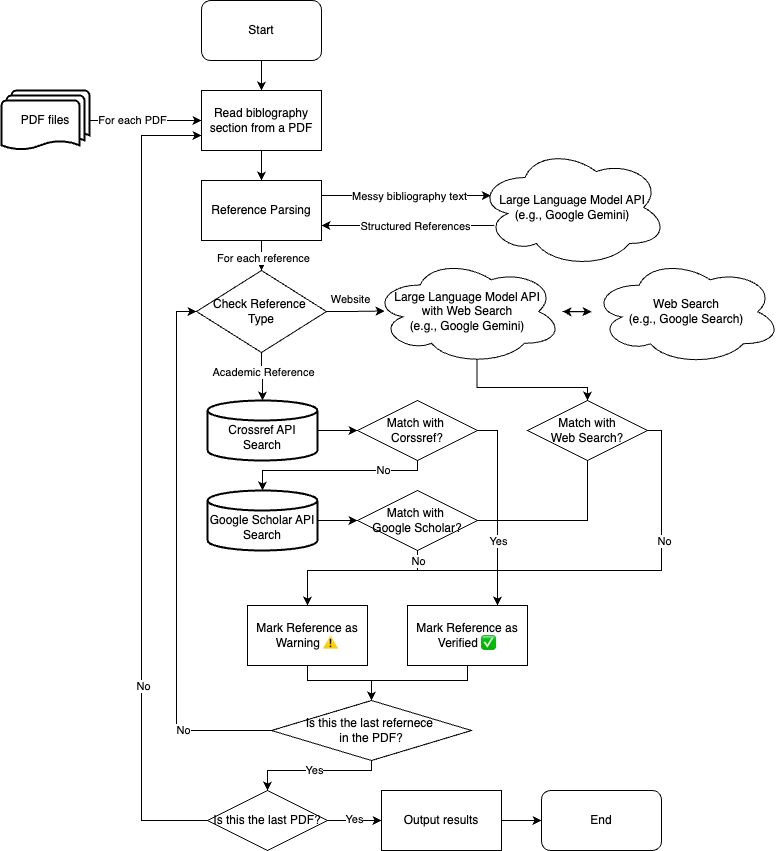
The draw.io diagram images/flowchart.drawio.png in ykangw/VeriExCiting, before a commit. Source tidied: cells renumbered, new cells last; positions are measured from the earlier drawing's top-left corner, leaving out a move shared by most shapes.
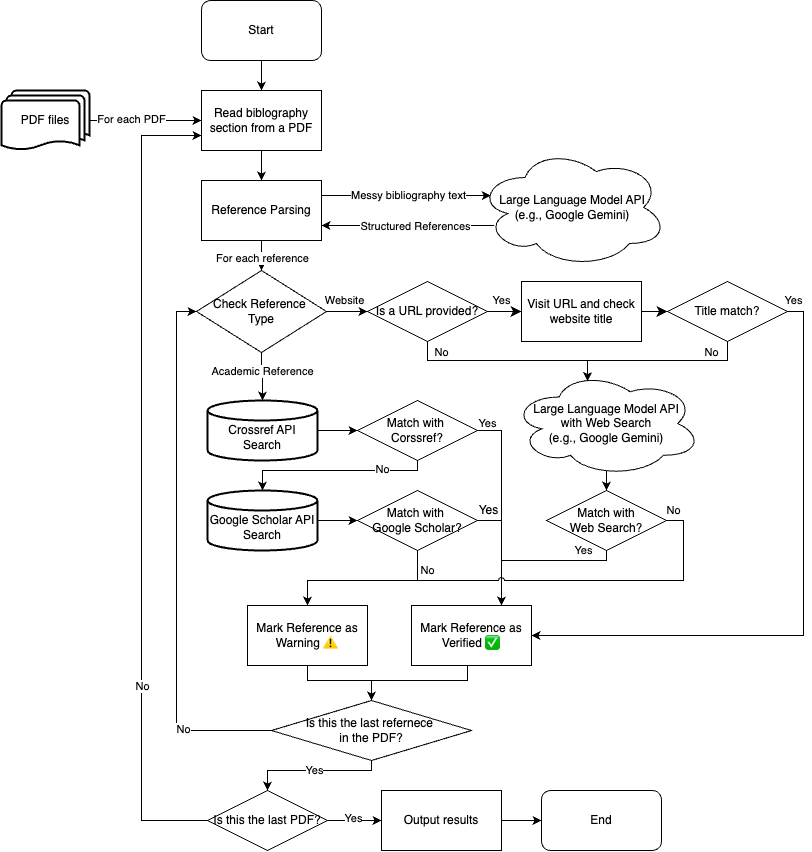
The same file after the commit.

Commit message:
Check URL title before verify through Google Search

Diff of the diagram source:
```diff
@@ -46,25 +46,37 @@
     <mxCell id="15" style="edgeStyle=orthogonalEdgeStyle;rounded=0;jettySize=auto;html=1;entryX=0.75;entryY=0;entryDx=0;entryDy=0;" parent="1" edge="1" source="16" target="32">
       <mxGeometry relative="1" as="geometry">
         <Array as="points">
-          <mxPoint x="496" y="430" />
+          <mxPoint x="500" y="430" />
+          <mxPoint x="500" y="605" />
         </Array>
       </mxGeometry>
     </mxCell>
+    <mxCell id="59" value="Yes" style="edgeLabel;html=1;align=center;verticalAlign=middle;" parent="15" vertex="1">
+      <mxGeometry x="-0.73" relative="1" as="geometry">
+        <mxPoint x="-14" y="-10" as="offset" />
+      </mxGeometry>
+    </mxCell>
     <mxCell id="16" value="Match with&amp;nbsp;&lt;div&gt;Corssref?&lt;/div&gt;" style="shape=rhombus;perimeter=rhombusPerimeter;whiteSpace=wrap;html=1;align=center;" parent="1" vertex="1">
       <mxGeometry x="356" y="400" width="120" height="60" as="geometry" />
     </mxCell>
-    <mxCell id="17" style="edgeStyle=orthogonalEdgeStyle;rounded=0;jettySize=auto;html=1;entryX=0.75;entryY=0;entryDx=0;entryDy=0;" parent="1" edge="1" source="20" target="32">
+    <mxCell id="17" style="edgeStyle=orthogonalEdgeStyle;rounded=0;jettySize=auto;html=1;entryX=0.75;entryY=0;entryDx=0;entryDy=0;jumpStyle=arc;" parent="1" edge="1" source="20" target="32">
       <mxGeometry relative="1" as="geometry">
         <Array as="points">
-          <mxPoint x="496" y="520" />
+          <mxPoint x="500" y="520" />
+          <mxPoint x="500" y="605" />
         </Array>
       </mxGeometry>
     </mxCell>
+    <mxCell id="60" value="Yes" style="edgeLabel;html=1;align=center;verticalAlign=middle;fontSize=12;" parent="17" vertex="1">
+      <mxGeometry x="-0.8" y="-1" relative="1" as="geometry">
+        <mxPoint y="-11" as="offset" />
+      </mxGeometry>
+    </mxCell>
     <mxCell id="18" style="edgeStyle=orthogonalEdgeStyle;rounded=0;jettySize=auto;html=1;entryX=0.5;entryY=0;entryDx=0;entryDy=0;" parent="1" edge="1" source="20" target="34">
       <mxGeometry relative="1" as="geometry">
         <Array as="points">
-          <mxPoint x="416" y="570" />
-          <mxPoint x="306" y="570" />
+          <mxPoint x="416" y="580" />
+          <mxPoint x="306" y="580" />
         </Array>
       </mxGeometry>
     </mxCell>
@@ -94,7 +106,7 @@
     <mxCell id="26" value="Academic Reference" style="edgeLabel;html=1;align=center;verticalAlign=middle;" parent="25" vertex="1">
       <mxGeometry x="-0.24" y="1" relative="1" as="geometry" />
     </mxCell>
-    <mxCell id="27" value="Website" style="edgeStyle=orthogonalEdgeStyle;rounded=0;jettySize=auto;html=1;entryX=0.064;entryY=0.495;entryDx=0;entryDy=0;entryPerimeter=0;" parent="1" edge="1" source="28" target="37">
+    <mxCell id="27" value="Website" style="edgeStyle=orthogonalEdgeStyle;rounded=0;jettySize=auto;html=1;entryX=0;entryY=0.5;entryDx=0;entryDy=0;" parent="1" edge="1" source="28" target="64">
       <mxGeometry x="-0.19" y="11" relative="1" as="geometry">
         <mxPoint x="1" as="offset" />
       </mxGeometry>
@@ -122,7 +134,7 @@
       </mxGeometry>
     </mxCell>
     <mxCell id="32" value="Mark Reference as Verified ✅" style="rounded=0;whiteSpace=wrap;html=1;" parent="1" vertex="1">
-      <mxGeometry x="406" y="605" width="120" height="60" as="geometry" />
+      <mxGeometry x="410" y="605" width="120" height="60" as="geometry" />
     </mxCell>
     <mxCell id="33" style="edgeStyle=orthogonalEdgeStyle;rounded=0;jettySize=auto;html=1;entryX=0.5;entryY=0;entryDx=0;entryDy=0;exitX=0.5;exitY=1;exitDx=0;exitDy=0;" parent="1" edge="1" source="34" target="48">
       <mxGeometry relative="1" as="geometry">
@@ -135,55 +147,41 @@
     <mxCell id="34" value="Mark Reference as Warning ⚠️" style="rounded=0;whiteSpace=wrap;html=1;" parent="1" vertex="1">
       <mxGeometry x="246" y="605" width="120" height="60" as="geometry" />
     </mxCell>
-    <mxCell id="35" style="edgeStyle=orthogonalEdgeStyle;rounded=0;jettySize=auto;html=1;entryX=0.5;entryY=0;entryDx=0;entryDy=0;exitX=0.55;exitY=0.95;exitDx=0;exitDy=0;exitPerimeter=0;" parent="1" edge="1" source="37" target="44">
-      <mxGeometry relative="1" as="geometry">
-        <Array as="points">
-          <mxPoint x="476" y="387" />
-          <mxPoint x="586" y="387" />
-        </Array>
-      </mxGeometry>
+    <mxCell id="35" style="edgeStyle=orthogonalEdgeStyle;rounded=0;jettySize=auto;html=1;" parent="1" edge="1" source="37" target="44">
+      <mxGeometry relative="1" as="geometry" />
     </mxCell>
-    <mxCell id="36" style="edgeStyle=orthogonalEdgeStyle;rounded=0;jettySize=auto;html=1;" parent="1" edge="1" source="37" target="39">
-      <mxGeometry relative="1" as="geometry" />
-    </mxCell>
     <mxCell id="37" value="&lt;div&gt;Large Language Model API&lt;/div&gt;&lt;div&gt;with Web Search&lt;/div&gt;(e.g., Google Gemini)" style="ellipse;shape=cloud;whiteSpace=wrap;html=1;align=center;" parent="1" vertex="1">
-      <mxGeometry x="371" y="258" width="190" height="106" as="geometry" />
+      <mxGeometry x="510" y="370" width="190" height="106" as="geometry" />
     </mxCell>
-    <mxCell id="38" style="edgeStyle=orthogonalEdgeStyle;rounded=0;jettySize=auto;html=1;" parent="1" edge="1" source="39" target="37">
-      <mxGeometry relative="1" as="geometry" />
-    </mxCell>
-    <mxCell id="39" value="&lt;div&gt;Web Search&lt;/div&gt;&lt;div&gt;(e.g., Google Search)&lt;/div&gt;" style="ellipse;shape=cloud;whiteSpace=wrap;html=1;align=center;" parent="1" vertex="1">
-      <mxGeometry x="590" y="258" width="190" height="106.5" as="geometry" />
-    </mxCell>
-    <mxCell id="40" style="edgeStyle=orthogonalEdgeStyle;rounded=0;jettySize=auto;html=1;entryX=0.75;entryY=0;entryDx=0;entryDy=0;" parent="1" edge="1" source="44" target="32">
-      <mxGeometry relative="1" as="geometry">
-        <Array as="points">
-          <mxPoint x="586" y="520" />
-          <mxPoint x="496" y="520" />
-        </Array>
-      </mxGeometry>
-    </mxCell>
-    <mxCell id="41" value="Yes" style="edgeLabel;html=1;align=center;verticalAlign=middle;" parent="40" vertex="1">
-      <mxGeometry x="-0.67" y="1" relative="1" as="geometry">
-        <mxPoint x="-91" y="41" as="offset" />
-      </mxGeometry>
-    </mxCell>
-    <mxCell id="42" style="edgeStyle=orthogonalEdgeStyle;rounded=0;jettySize=auto;html=1;exitX=1;exitY=0.5;exitDx=0;exitDy=0;entryX=0.5;entryY=0;entryDx=0;entryDy=0;" parent="1" edge="1" source="44" target="34">
+    <mxCell id="42" style="edgeStyle=orthogonalEdgeStyle;rounded=0;jettySize=auto;html=1;exitX=1;exitY=0.5;exitDx=0;exitDy=0;entryX=0.5;entryY=0;entryDx=0;entryDy=0;jumpStyle=arc;" parent="1" edge="1" source="44" target="34">
       <mxGeometry relative="1" as="geometry">
         <Array as="points">
-          <mxPoint x="660" y="430" />
-          <mxPoint x="660" y="570" />
-          <mxPoint x="306" y="570" />
+          <mxPoint x="682" y="520" />
+          <mxPoint x="682" y="580" />
+          <mxPoint x="306" y="580" />
         </Array>
       </mxGeometry>
     </mxCell>
     <mxCell id="43" value="No" style="edgeLabel;html=1;align=center;verticalAlign=middle;" parent="42" vertex="1">
       <mxGeometry x="-0.42" y="2" relative="1" as="geometry">
-        <mxPoint x="6" y="-32" as="offset" />
+        <mxPoint x="52" y="-72" as="offset" />
       </mxGeometry>
     </mxCell>
+    <mxCell id="40" style="edgeStyle=orthogonalEdgeStyle;rounded=0;jettySize=auto;html=1;entryX=0.75;entryY=0;entryDx=0;entryDy=0;" parent="1" edge="1" source="44" target="32">
+      <mxGeometry relative="1" as="geometry">
+        <Array as="points">
+          <mxPoint x="605" y="560" />
+          <mxPoint x="500" y="560" />
+        </Array>
+      </mxGeometry>
+    </mxCell>
+    <mxCell id="61" value="Yes" style="edgeLabel;html=1;align=center;verticalAlign=middle;" parent="40" vertex="1">
+      <mxGeometry x="-0.76" relative="1" as="geometry">
+        <mxPoint x="-14" y="-10" as="offset" />
+      </mxGeometry>
+    </mxCell>
     <mxCell id="44" value="Match with&lt;div&gt;Web Search?&lt;/div&gt;" style="shape=rhombus;perimeter=rhombusPerimeter;whiteSpace=wrap;html=1;align=center;" parent="1" vertex="1">
-      <mxGeometry x="526" y="400" width="120" height="60" as="geometry" />
+      <mxGeometry x="545" y="490" width="120" height="60" as="geometry" />
     </mxCell>
     <mxCell id="45" style="edgeStyle=orthogonalEdgeStyle;rounded=0;jettySize=auto;html=1;entryX=0;entryY=0.5;entryDx=0;entryDy=0;" parent="1" edge="1" source="48" target="28">
       <mxGeometry relative="1" as="geometry">
@@ -244,5 +242,64 @@
         <mxPoint x="17" as="offset" />
       </mxGeometry>
     </mxCell>
+    <mxCell id="62" style="edgeStyle=none;curved=1;rounded=0;jettySize=auto;html=1;fontSize=12;startSize=8;endSize=8;" parent="1" edge="1" source="64" target="66">
+      <mxGeometry relative="1" as="geometry" />
+    </mxCell>
+    <mxCell id="63" value="Yes" style="edgeLabel;html=1;align=center;verticalAlign=middle;" parent="62" vertex="1">
+      <mxGeometry x="-0.36" y="-2" relative="1" as="geometry">
+        <mxPoint x="3" y="-13" as="offset" />
+      </mxGeometry>
+    </mxCell>
+    <mxCell id="64" value="Is a URL provided?" style="shape=rhombus;perimeter=rhombusPerimeter;whiteSpace=wrap;html=1;align=center;" parent="1" vertex="1">
+      <mxGeometry x="366" y="281" width="120" height="60" as="geometry" />
+    </mxCell>
+    <mxCell id="65" style="edgeStyle=none;curved=1;rounded=0;jettySize=auto;html=1;fontSize=12;startSize=8;endSize=8;" parent="1" edge="1" source="66" target="69">
+      <mxGeometry relative="1" as="geometry" />
+    </mxCell>
+    <mxCell id="66" value="Visit URL and check website title" style="rounded=0;whiteSpace=wrap;html=1;" parent="1" vertex="1">
+      <mxGeometry x="520" y="281" width="120" height="60" as="geometry" />
+    </mxCell>
+    <mxCell id="67" style="edgeStyle=orthogonalEdgeStyle;rounded=0;jettySize=auto;html=1;entryX=1;entryY=0.5;entryDx=0;entryDy=0;" parent="1" edge="1" source="69" target="32">
+      <mxGeometry relative="1" as="geometry">
+        <Array as="points">
+          <mxPoint x="802" y="311" />
+          <mxPoint x="802" y="635" />
+        </Array>
+      </mxGeometry>
+    </mxCell>
+    <mxCell id="68" value="Yes" style="edgeLabel;html=1;align=center;verticalAlign=middle;" parent="67" vertex="1">
+      <mxGeometry x="-0.96" y="1" relative="1" as="geometry">
+        <mxPoint x="-6" y="-10" as="offset" />
+      </mxGeometry>
+    </mxCell>
+    <mxCell id="69" value="Title match&lt;span style=&quot;background-color: transparent; color: light-dark(rgb(0, 0, 0), rgb(255, 255, 255));&quot;&gt;?&lt;/span&gt;" style="shape=rhombus;perimeter=rhombusPerimeter;whiteSpace=wrap;html=1;align=center;" parent="1" vertex="1">
+      <mxGeometry x="666" y="281" width="120" height="60" as="geometry" />
+    </mxCell>
+    <mxCell id="70" style="edgeStyle=orthogonalEdgeStyle;rounded=0;jettySize=auto;html=1;entryX=0.4;entryY=0.1;entryDx=0;entryDy=0;entryPerimeter=0;" parent="1" edge="1" source="64" target="37">
+      <mxGeometry relative="1" as="geometry">
+        <Array as="points">
+          <mxPoint x="426" y="360" />
+          <mxPoint x="586" y="360" />
+        </Array>
+      </mxGeometry>
+    </mxCell>
+    <mxCell id="71" value="No" style="edgeLabel;html=1;align=center;verticalAlign=middle;" parent="70" vertex="1">
+      <mxGeometry x="-0.75" y="4" relative="1" as="geometry">
+        <mxPoint x="8" y="-4" as="offset" />
+      </mxGeometry>
+    </mxCell>
+    <mxCell id="72" style="edgeStyle=orthogonalEdgeStyle;rounded=0;jettySize=auto;html=1;entryX=0.4;entryY=0.1;entryDx=0;entryDy=0;entryPerimeter=0;" parent="1" edge="1" source="69" target="37">
+      <mxGeometry relative="1" as="geometry">
+        <Array as="points">
+          <mxPoint x="726" y="360" />
+          <mxPoint x="586" y="360" />
+        </Array>
+      </mxGeometry>
+    </mxCell>
+    <mxCell id="73" value="No" style="edgeLabel;html=1;align=center;verticalAlign=middle;" parent="72" vertex="1">
+      <mxGeometry x="-0.81" y="2" relative="1" as="geometry">
+        <mxPoint x="-18" y="-6" as="offset" />
+      </mxGeometry>
+    </mxCell>
   </root>
 </mxGraphModel>
```
